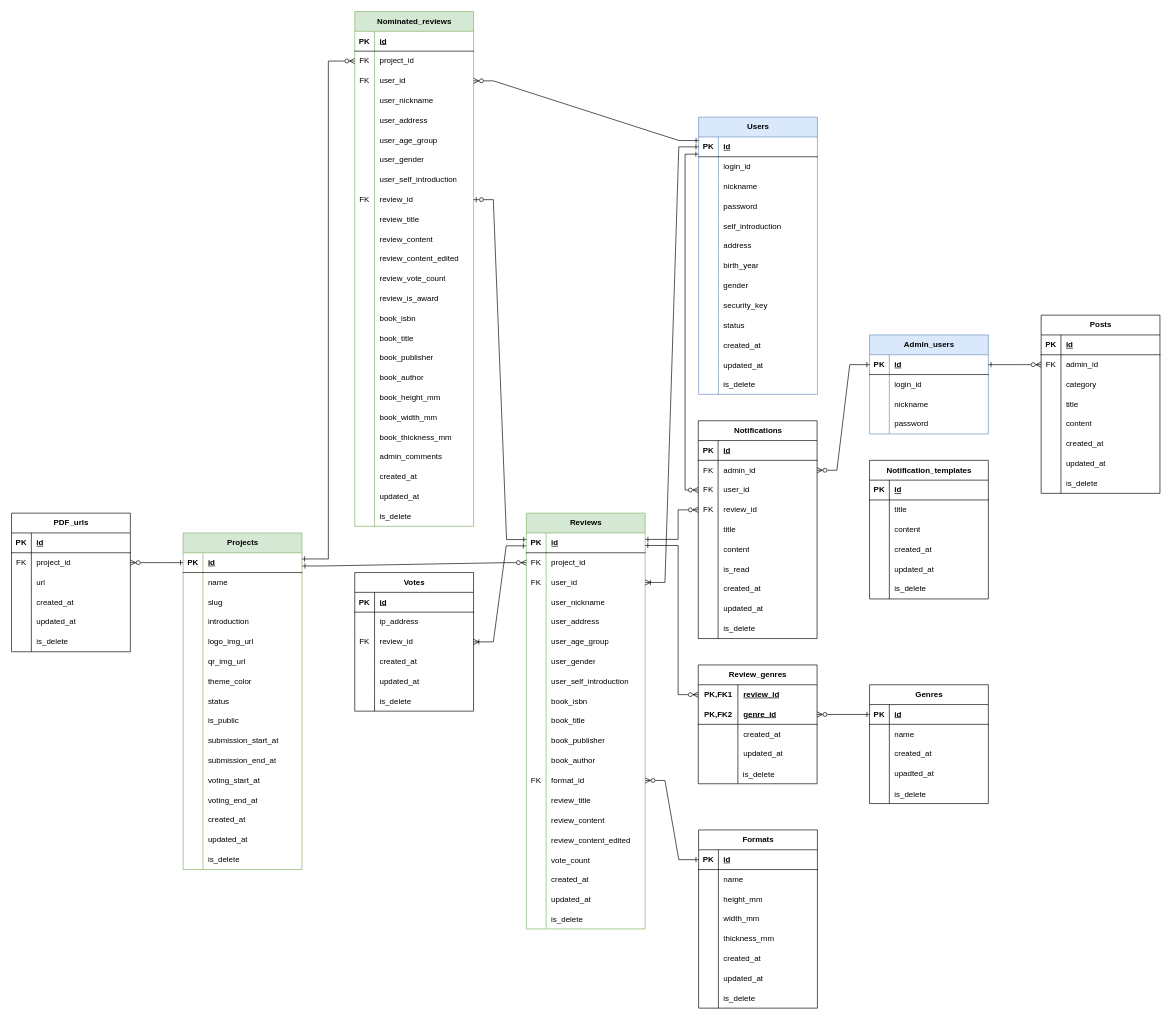
Above: ER図.drawio in knagaki1225/zoutohana-documentation (draw.io), before the change. Source tidied: cells renumbered, new cells numbered last; positions are measured from the earlier drawing's top-left corner, leaving out a move shared by most shapes. Both pictures are drawn from the tidied source at 66%, with x=0, y=0 at pixel (11, 11).
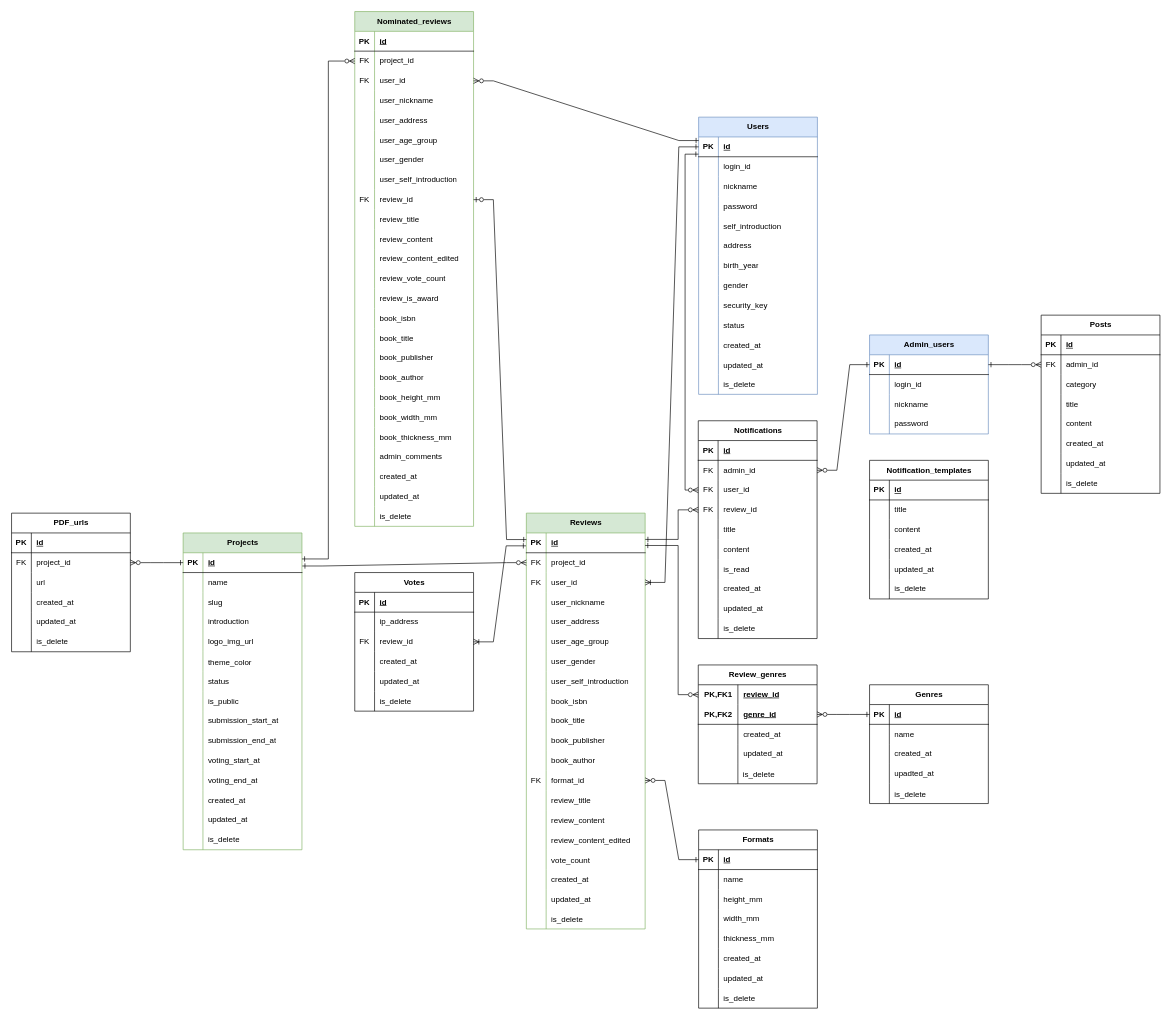
Above is the later version.

What changed in the source:
```diff
@@
     <mxCell id="144" value="Projects" style="shape=table;startSize=30;childLayout=tableLayout;rowLines=0;fontStyle=1;align=center;html=1;fillColor=#d5e8d4;strokeColor=#82b366;" parent="1" vertex="1">
-      <mxGeometry x="260" y="790" width="180" height="510" as="geometry" />
+      <mxGeometry x="260" y="790" width="180" height="480" as="geometry" />
     </mxCell>
@@
-    <mxCell id="160" style="shape=tableRow;horizontal=0;startSize=0;swimlaneHead=0;swimlaneBody=0;fillColor=none;top=0;left=0;right=0;bottom=0;" parent="144" vertex="1">
-      <mxGeometry y="180" width="180" height="30" as="geometry" />
-    </mxCell>
-    <mxCell id="161" style="shape=partialRectangle;fillColor=none;top=0;left=0;bottom=0;right=0;overflow=hidden;whiteSpace=wrap;html=1;" parent="160" vertex="1">
-      <mxGeometry width="30" height="30" as="geometry" />
-    </mxCell>
-    <mxCell id="162" value="qr_img_url" style="shape=partialRectangle;fillColor=none;top=0;left=0;bottom=0;right=0;align=left;spacingLeft=6;overflow=hidden;whiteSpace=wrap;html=1;" parent="160" vertex="1">
-      <mxGeometry x="30" width="150" height="30" as="geometry" />
-    </mxCell>
     <mxCell id="163" style="shape=tableRow;horizontal=0;startSize=0;swimlaneHead=0;swimlaneBody=0;fillColor=none;top=0;left=0;right=0;bottom=0;" parent="144" vertex="1">
-      <mxGeometry y="210" width="180" height="30" as="geometry" />
+      <mxGeometry y="180" width="180" height="30" as="geometry" />
     </mxCell>
@@
     <mxCell id="166" style="shape=tableRow;horizontal=0;startSize=0;swimlaneHead=0;swimlaneBody=0;fillColor=none;top=0;left=0;right=0;bottom=0;" parent="144" vertex="1">
-      <mxGeometry y="240" width="180" height="30" as="geometry" />
+      <mxGeometry y="210" width="180" height="30" as="geometry" />
     </mxCell>
@@
     <mxCell id="169" style="shape=tableRow;horizontal=0;startSize=0;swimlaneHead=0;swimlaneBody=0;fillColor=none;top=0;left=0;right=0;bottom=0;" parent="144" vertex="1">
-      <mxGeometry y="270" width="180" height="30" as="geometry" />
+      <mxGeometry y="240" width="180" height="30" as="geometry" />
     </mxCell>
@@
     <mxCell id="172" style="shape=tableRow;horizontal=0;startSize=0;swimlaneHead=0;swimlaneBody=0;fillColor=none;top=0;left=0;right=0;bottom=0;" parent="144" vertex="1">
-      <mxGeometry y="300" width="180" height="30" as="geometry" />
+      <mxGeometry y="270" width="180" height="30" as="geometry" />
     </mxCell>
@@
     <mxCell id="175" style="shape=tableRow;horizontal=0;startSize=0;swimlaneHead=0;swimlaneBody=0;fillColor=none;top=0;left=0;right=0;bottom=0;" parent="144" vertex="1">
-      <mxGeometry y="330" width="180" height="30" as="geometry" />
+      <mxGeometry y="300" width="180" height="30" as="geometry" />
     </mxCell>
@@
     <mxCell id="178" style="shape=tableRow;horizontal=0;startSize=0;swimlaneHead=0;swimlaneBody=0;fillColor=none;top=0;left=0;right=0;bottom=0;" parent="144" vertex="1">
-      <mxGeometry y="360" width="180" height="30" as="geometry" />
+      <mxGeometry y="330" width="180" height="30" as="geometry" />
     </mxCell>
@@
     <mxCell id="181" style="shape=tableRow;horizontal=0;startSize=0;swimlaneHead=0;swimlaneBody=0;fillColor=none;top=0;left=0;right=0;bottom=0;" parent="144" vertex="1">
-      <mxGeometry y="390" width="180" height="30" as="geometry" />
+      <mxGeometry y="360" width="180" height="30" as="geometry" />
     </mxCell>
@@
     <mxCell id="184" style="shape=tableRow;horizontal=0;startSize=0;swimlaneHead=0;swimlaneBody=0;fillColor=none;top=0;left=0;right=0;bottom=0;" parent="144" vertex="1">
-      <mxGeometry y="420" width="180" height="30" as="geometry" />
+      <mxGeometry y="390" width="180" height="30" as="geometry" />
     </mxCell>
@@
     <mxCell id="187" style="shape=tableRow;horizontal=0;startSize=0;swimlaneHead=0;swimlaneBody=0;fillColor=none;top=0;left=0;right=0;bottom=0;" parent="144" vertex="1">
-      <mxGeometry y="450" width="180" height="30" as="geometry" />
+      <mxGeometry y="420" width="180" height="30" as="geometry" />
     </mxCell>
@@
     <mxCell id="190" style="shape=tableRow;horizontal=0;startSize=0;swimlaneHead=0;swimlaneBody=0;fillColor=none;top=0;left=0;right=0;bottom=0;" parent="144" vertex="1">
-      <mxGeometry y="480" width="180" height="30" as="geometry" />
+      <mxGeometry y="450" width="180" height="30" as="geometry" />
     </mxCell>
```
